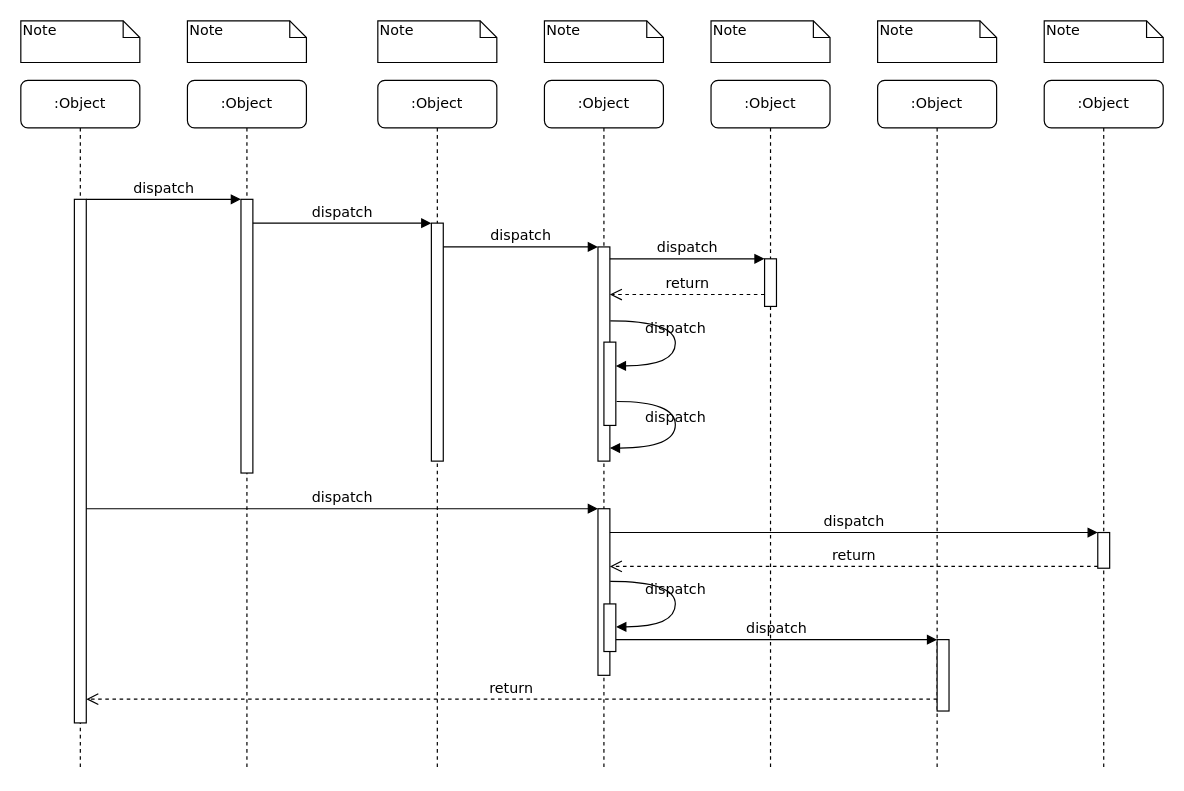
Earlier version of the draw.io diagram Diagram Tanpa Judul.drawio (rogerkampret/Kantin-Kampus-Digital). Source tidied: cells renumbered, new cells numbered last; positions are measured from the earlier drawing's top-left corner, leaving out a move shared by most shapes. Both pictures are drawn from the tidied source at 119%, with x=0, y=0 at pixel (20, 20).
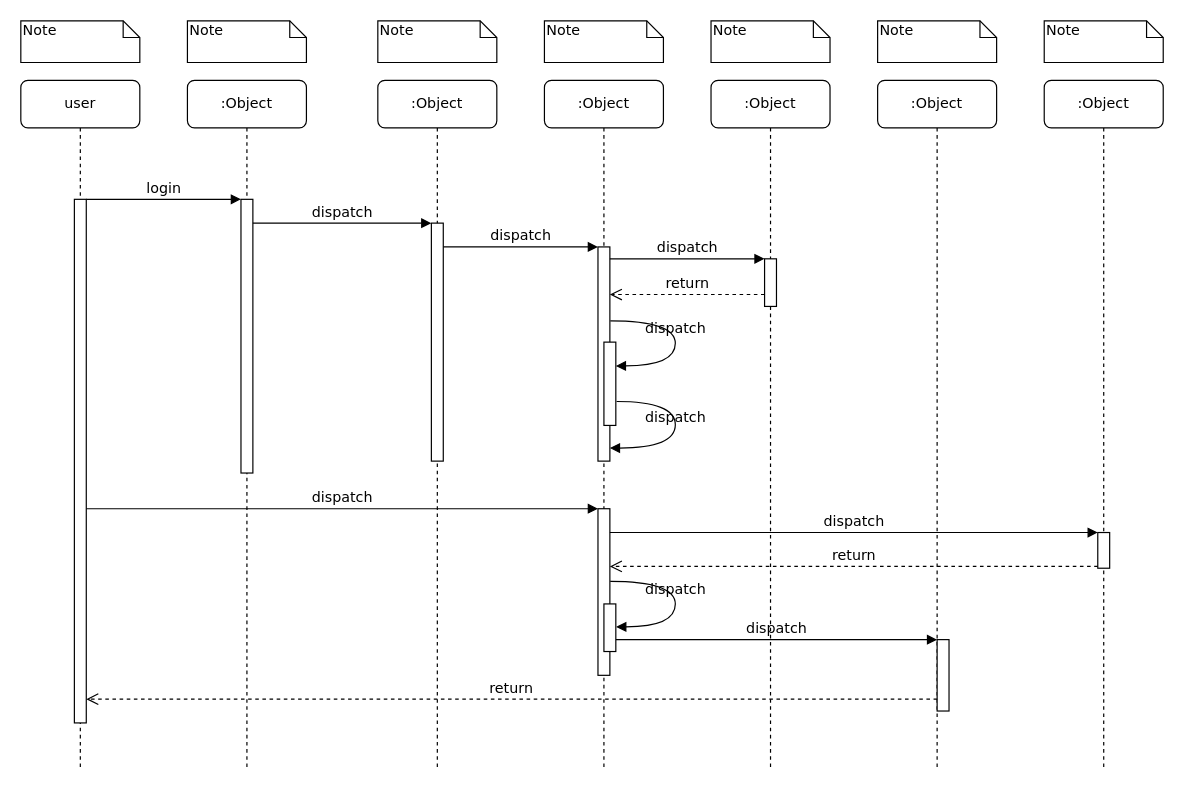
The same diagram, later.

The change refers to these unchanged cells:
```xml
<mxCell id="3" style="html=1;points=[];perimeter=orthogonalPerimeter;rounded=0;shadow=0;comic=0;labelBackgroundColor=none;strokeWidth=1;fontFamily=Verdana;fontSize=12;align=center;" parent="2" vertex="1">
  <mxGeometry x="45" y="100" width="10" height="230" as="geometry" />
</mxCell>
<mxCell id="11" style="html=1;points=[];perimeter=orthogonalPerimeter;rounded=0;shadow=0;comic=0;labelBackgroundColor=none;strokeWidth=1;fontFamily=Verdana;fontSize=12;align=center;" parent="10" vertex="1">
  <mxGeometry x="45" y="100" width="10" height="440" as="geometry" />
</mxCell>
```

What changed in the source:
```diff
@@
-    <mxCell id="10" value=":Object" style="shape=umlLifeline;perimeter=lifelinePerimeter;whiteSpace=wrap;html=1;rounded=1;shadow=0;comic=0;labelBackgroundColor=none;strokeWidth=1;fontFamily=Verdana;fontSize=12;align=center;" parent="1" vertex="1">
+    <mxCell id="10" value="user" style="shape=umlLifeline;perimeter=lifelinePerimeter;whiteSpace=wrap;html=1;rounded=1;shadow=0;comic=0;labelBackgroundColor=none;strokeWidth=1;fontFamily=Verdana;fontSize=12;align=center;" parent="1" vertex="1">
       <mxGeometry y="50" width="100" height="580" as="geometry" />
     </mxCell>
@@
-    <mxCell id="25" value="dispatch" style="html=1;verticalAlign=bottom;endArrow=block;entryX=0;entryY=0;labelBackgroundColor=none;fontFamily=Verdana;fontSize=12;edgeStyle=elbowEdgeStyle;elbow=vertical;" parent="1" edge="1" source="11" target="3">
+    <mxCell id="25" value="login" style="html=1;verticalAlign=bottom;endArrow=block;entryX=0;entryY=0;labelBackgroundColor=none;fontFamily=Verdana;fontSize=12;edgeStyle=elbowEdgeStyle;elbow=vertical;" parent="1" edge="1" source="11" target="3">
       <mxGeometry relative="1" as="geometry" />
     </mxCell>
```
